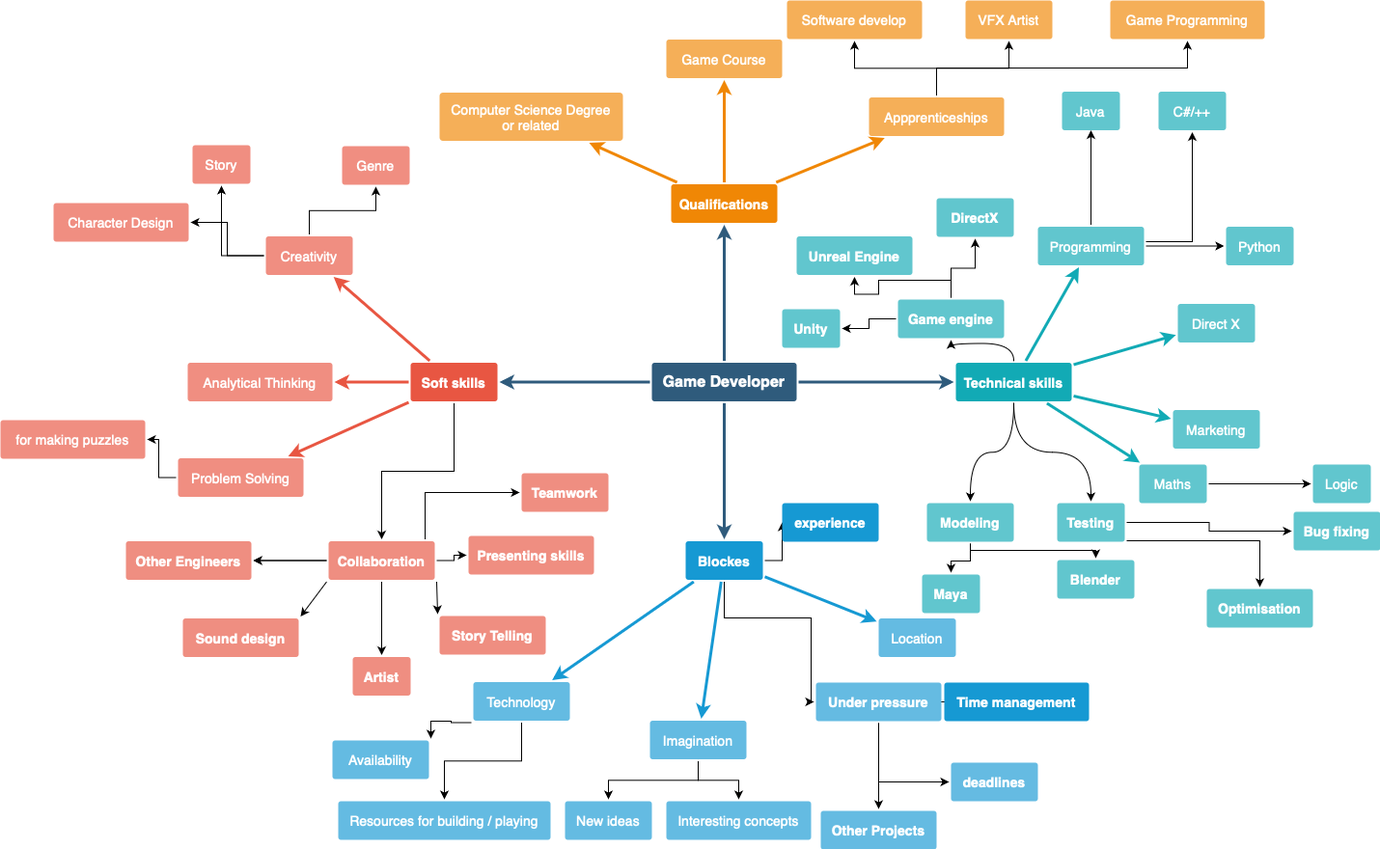
Earlier version of the draw.io export Week 8.drawio.png (luotn/CN6007). Source tidied: cells renumbered, new cells last; positions are measured from the earlier drawing's top-left corner, leaving out a move shared by most shapes.
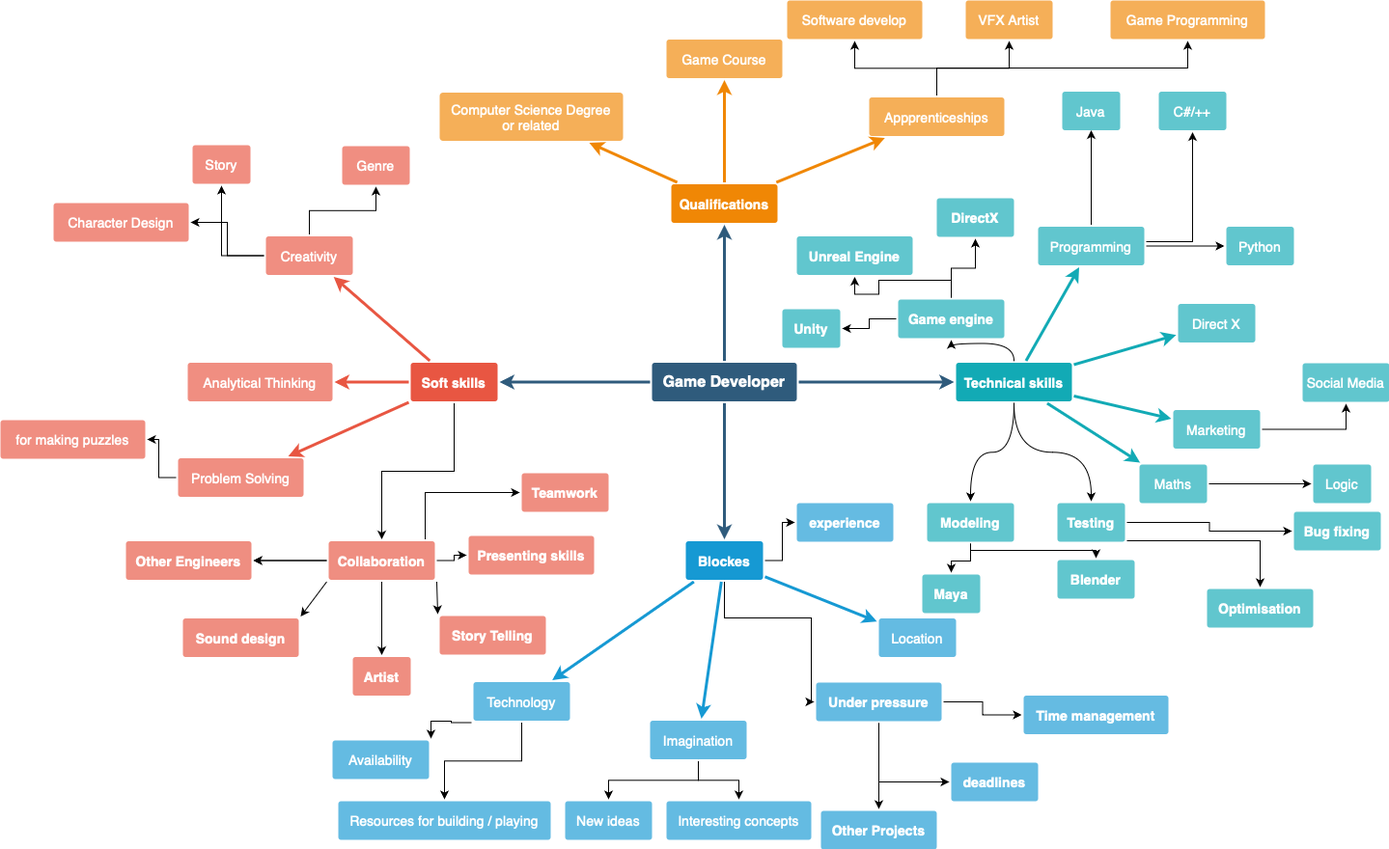
After the change.

The edit, as a diff of the source:
```diff
@@ -154,6 +154,9 @@
     <mxCell id="48" style="edgeStyle=none;rounded=1;jumpStyle=none;html=1;shadow=0;labelBackgroundColor=none;startArrow=none;startFill=0;jettySize=auto;strokeColor=#12AAB5;strokeWidth=3;fontFamily=Helvetica;fontSize=14;fontColor=#FFFFFF;spacing=5;fontStyle=1;fillColor=#b0e3e6;" parent="1" edge="1" source="45" target="47">
       <mxGeometry relative="1" as="geometry" />
     </mxCell>
+    <mxCell id="112" style="edgeStyle=orthogonalEdgeStyle;rounded=0;jettySize=auto;html=1;" parent="1" edge="1" source="49" target="113">
+      <mxGeometry relative="1" as="geometry" />
+    </mxCell>
     <mxCell id="49" value="Marketing" style="rounded=1;whiteSpace=wrap;html=1;shadow=0;labelBackgroundColor=none;strokeColor=none;strokeWidth=3;fillColor=#61c6ce;fontFamily=Helvetica;fontSize=14;fontColor=#FFFFFF;align=center;spacing=5;fontStyle=0;arcSize=7;perimeterSpacing=2;" parent="1" vertex="1">
       <mxGeometry x="1215" y="424.5" width="90" height="40" as="geometry" />
     </mxCell>
@@ -275,8 +278,8 @@
     <mxCell id="83" value="Under pressure" style="rounded=1;whiteSpace=wrap;html=1;shadow=0;labelBackgroundColor=none;strokeColor=none;strokeWidth=3;fillColor=#65bbe2;fontFamily=Helvetica;fontSize=14;fontColor=#FFFFFF;align=center;spacing=5;fontStyle=1;arcSize=7;perimeterSpacing=2;" parent="1" vertex="1">
       <mxGeometry x="845" y="707" width="130" height="40" as="geometry" />
     </mxCell>
-    <mxCell id="84" value="Time management" style="rounded=1;whiteSpace=wrap;html=1;shadow=0;labelBackgroundColor=none;strokeColor=none;strokeWidth=3;fillColor=#1699d3;fontFamily=Helvetica;fontSize=14;fontColor=#FFFFFF;align=center;spacing=5;fontStyle=1;arcSize=7;perimeterSpacing=2;" parent="1" vertex="1">
-      <mxGeometry x="978" y="707" width="150" height="40" as="geometry" />
+    <mxCell id="84" value="Time management" style="rounded=1;whiteSpace=wrap;html=1;shadow=0;labelBackgroundColor=none;strokeColor=none;strokeWidth=3;fillColor=#65bbe2;fontFamily=Helvetica;fontSize=14;fontColor=#FFFFFF;align=center;spacing=5;fontStyle=1;arcSize=7;perimeterSpacing=2;" parent="1" vertex="1">
+      <mxGeometry x="1060" y="720.5" width="150" height="40" as="geometry" />
     </mxCell>
     <mxCell id="85" value="deadlines" style="rounded=1;whiteSpace=wrap;html=1;shadow=0;labelBackgroundColor=none;strokeColor=none;strokeWidth=3;fillColor=#65bbe2;fontFamily=Helvetica;fontSize=14;fontColor=#FFFFFF;align=center;spacing=5;fontStyle=1;arcSize=7;perimeterSpacing=2;" parent="1" vertex="1">
       <mxGeometry x="985" y="790" width="90" height="40" as="geometry" />
@@ -302,8 +305,8 @@
     <mxCell id="92" value="Interesting concepts" style="rounded=1;whiteSpace=wrap;html=1;shadow=0;labelBackgroundColor=none;strokeColor=none;strokeWidth=3;fillColor=#64bbe2;fontFamily=Helvetica;fontSize=14;fontColor=#FFFFFF;align=center;spacing=5;arcSize=7;perimeterSpacing=2;" parent="1" vertex="1">
       <mxGeometry x="690" y="830" width="150" height="40" as="geometry" />
     </mxCell>
-    <mxCell id="93" value="experience" style="rounded=1;whiteSpace=wrap;html=1;shadow=0;labelBackgroundColor=none;strokeColor=none;strokeWidth=3;fillColor=#1699d3;fontFamily=Helvetica;fontSize=14;fontColor=#FFFFFF;align=center;spacing=5;fontStyle=1;arcSize=7;perimeterSpacing=2;" parent="1" vertex="1">
-      <mxGeometry x="810" y="521" width="100" height="40" as="geometry" />
+    <mxCell id="93" value="experience" style="rounded=1;whiteSpace=wrap;html=1;shadow=0;labelBackgroundColor=none;strokeColor=none;strokeWidth=3;fillColor=#65bbe2;fontFamily=Helvetica;fontSize=14;fontColor=#FFFFFF;align=center;spacing=5;fontStyle=1;arcSize=7;perimeterSpacing=2;" parent="1" vertex="1">
+      <mxGeometry x="825" y="521" width="100" height="40" as="geometry" />
     </mxCell>
     <mxCell id="94" style="edgeStyle=orthogonalEdgeStyle;rounded=0;jettySize=auto;html=1;" parent="1" edge="1" source="97" target="98">
       <mxGeometry relative="1" as="geometry" />
@@ -364,5 +367,8 @@
     <mxCell id="111" value="Game Programming" style="rounded=1;whiteSpace=wrap;html=1;shadow=0;labelBackgroundColor=none;strokeColor=none;strokeWidth=3;fillColor=#f5af58;fontFamily=Helvetica;fontSize=14;fontColor=#FFFFFF;align=center;spacing=5;arcSize=7;perimeterSpacing=2;" parent="1" vertex="1">
       <mxGeometry x="1150" width="160" height="40" as="geometry" />
     </mxCell>
+    <mxCell id="113" value="Social Media" style="rounded=1;whiteSpace=wrap;html=1;shadow=0;labelBackgroundColor=none;strokeColor=none;strokeWidth=3;fillColor=#61c6ce;fontFamily=Helvetica;fontSize=14;fontColor=#FFFFFF;align=center;spacing=5;fontStyle=0;arcSize=7;perimeterSpacing=2;" parent="1" vertex="1">
+      <mxGeometry x="1349" y="376" width="90" height="40" as="geometry" />
+    </mxCell>
   </root>
 </mxGraphModel>
```
